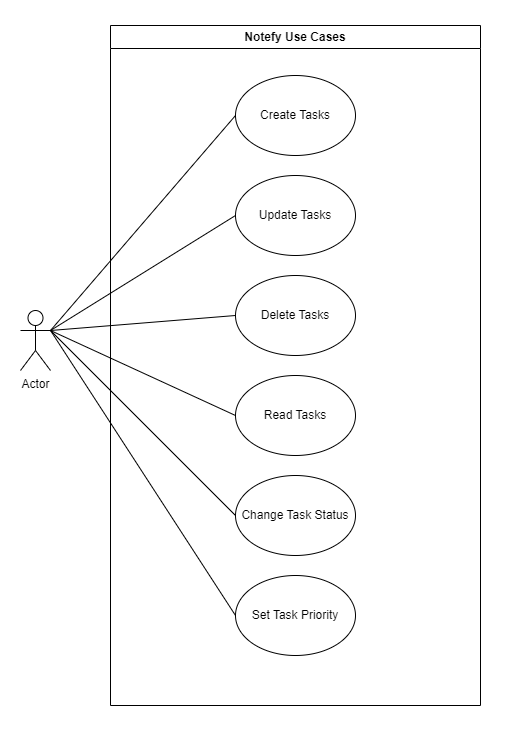
Above: Docs/ApplicationUseCases.png in Devalon-Enter/Notefy (draw.io), before the change. Source tidied: cells renumbered, new cells last; positions are measured from the earlier drawing's top-left corner, leaving out a move shared by most shapes.
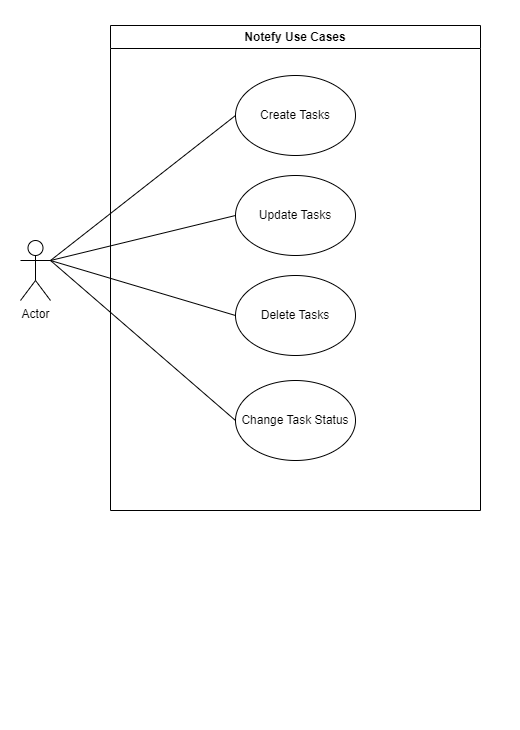
After the commit.

Commit message:
Updated UseCases and Sequence diagram

Diff of the diagram source:
```diff
@@ -6,7 +6,7 @@
       <mxGeometry width="520" height="730" as="geometry" />
     </mxCell>
     <mxCell id="3" value="Notefy Use Cases" style="swimlane;whiteSpace=wrap;html=1;swimlaneFillColor=#FFFFFF;" parent="1" vertex="1">
-      <mxGeometry x="110" y="25" width="370" height="680" as="geometry" />
+      <mxGeometry x="110" y="25" width="370" height="485" as="geometry" />
     </mxCell>
     <mxCell id="4" value="Create Tasks" style="ellipse;whiteSpace=wrap;html=1;" parent="3" vertex="1">
       <mxGeometry x="125" y="50" width="120" height="80" as="geometry" />
@@ -17,37 +17,25 @@
     <mxCell id="6" value="Delete Tasks" style="ellipse;whiteSpace=wrap;html=1;" parent="3" vertex="1">
       <mxGeometry x="125" y="250" width="120" height="80" as="geometry" />
     </mxCell>
-    <mxCell id="7" value="Read Tasks" style="ellipse;whiteSpace=wrap;html=1;" parent="3" vertex="1">
-      <mxGeometry x="125" y="350" width="120" height="80" as="geometry" />
-    </mxCell>
     <mxCell id="8" value="Change Task Status" style="ellipse;whiteSpace=wrap;html=1;" parent="3" vertex="1">
-      <mxGeometry x="125" y="450" width="120" height="80" as="geometry" />
+      <mxGeometry x="125" y="355" width="120" height="80" as="geometry" />
     </mxCell>
-    <mxCell id="9" value="Set Task Priority" style="ellipse;whiteSpace=wrap;html=1;" parent="3" vertex="1">
-      <mxGeometry x="125" y="550" width="120" height="80" as="geometry" />
-    </mxCell>
     <mxCell id="10" value="Actor" style="shape=umlActor;verticalLabelPosition=bottom;verticalAlign=top;html=1;outlineConnect=0;" parent="1" vertex="1">
-      <mxGeometry x="20" y="310" width="30" height="60" as="geometry" />
+      <mxGeometry x="20" y="240" width="30" height="60" as="geometry" />
     </mxCell>
     <mxCell id="11" style="endArrow=none;html=1;rounded=0;exitX=1;exitY=0.3333333333333333;exitDx=0;exitDy=0;exitPerimeter=0;entryX=0;entryY=0.5;entryDx=0;entryDy=0;" parent="1" edge="1" source="10" target="4">
       <mxGeometry relative="1" as="geometry" />
     </mxCell>
     <mxCell id="12" style="endArrow=none;html=1;rounded=0;entryX=0;entryY=0.5;entryDx=0;entryDy=0;" parent="1" edge="1" target="5">
       <mxGeometry relative="1" as="geometry">
-        <mxPoint x="50" y="330" as="sourcePoint" />
+        <mxPoint x="50" y="260" as="sourcePoint" />
       </mxGeometry>
     </mxCell>
     <mxCell id="13" style="endArrow=none;html=1;rounded=0;exitX=1;exitY=0.3333333333333333;exitDx=0;exitDy=0;exitPerimeter=0;entryX=0;entryY=0.5;entryDx=0;entryDy=0;" parent="1" edge="1" source="10" target="6">
       <mxGeometry relative="1" as="geometry" />
     </mxCell>
-    <mxCell id="14" style="endArrow=none;html=1;rounded=0;exitX=1;exitY=0.3333333333333333;exitDx=0;exitDy=0;exitPerimeter=0;entryX=0;entryY=0.5;entryDx=0;entryDy=0;" parent="1" edge="1" source="10" target="7">
-      <mxGeometry relative="1" as="geometry" />
-    </mxCell>
     <mxCell id="15" style="endArrow=none;html=1;rounded=0;exitX=1;exitY=0.3333333333333333;exitDx=0;exitDy=0;exitPerimeter=0;entryX=0;entryY=0.5;entryDx=0;entryDy=0;" parent="1" edge="1" source="10" target="8">
       <mxGeometry relative="1" as="geometry" />
     </mxCell>
-    <mxCell id="16" style="endArrow=none;html=1;rounded=0;exitX=1;exitY=0.3333333333333333;exitDx=0;exitDy=0;exitPerimeter=0;entryX=0;entryY=0.5;entryDx=0;entryDy=0;" parent="1" edge="1" source="10" target="9">
-      <mxGeometry relative="1" as="geometry" />
-    </mxCell>
   </root>
 </mxGraphModel>
```
